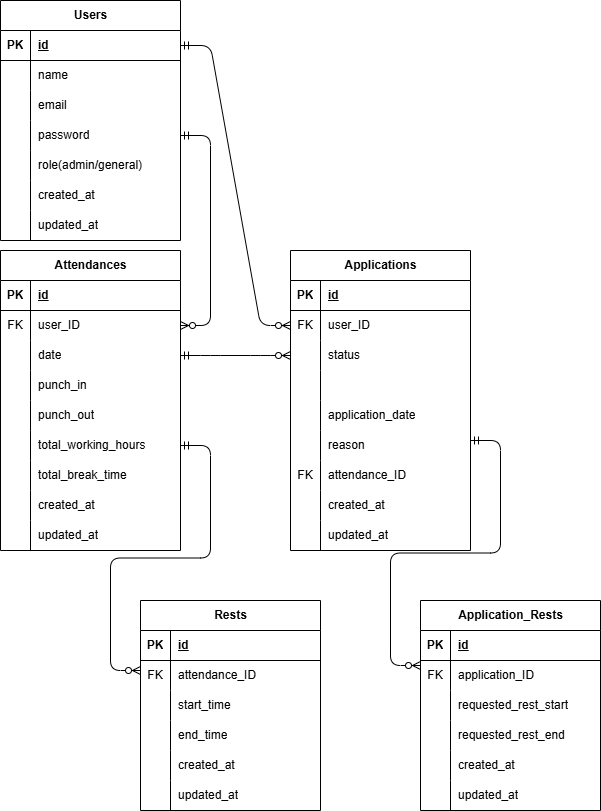
crosswoods4096-tech/take-work-manager keeps this draw.io diagram as ER.drawio.png. Above is the earlier version. Source tidied: cells renumbered, new cells last; positions are measured from the earlier drawing's top-left corner, leaving out a move shared by most shapes.
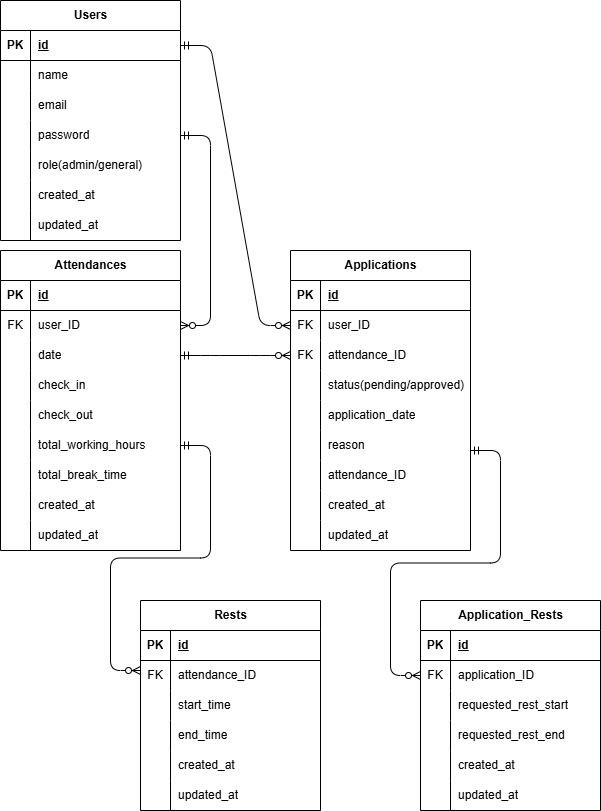
The same diagram one commit later.

The edit, as a diff of the source:
```diff
@@ -104,7 +104,7 @@
     <mxCell id="35" style="shape=partialRectangle;fillColor=none;top=0;left=0;bottom=0;right=0;overflow=hidden;whiteSpace=wrap;html=1;" parent="34" vertex="1">
       <mxGeometry width="30" height="30" as="geometry" />
     </mxCell>
-    <mxCell id="36" value="punch_in" style="shape=partialRectangle;fillColor=none;top=0;left=0;bottom=0;right=0;align=left;spacingLeft=6;overflow=hidden;whiteSpace=wrap;html=1;" parent="34" vertex="1">
+    <mxCell id="36" value="check_in" style="shape=partialRectangle;fillColor=none;top=0;left=0;bottom=0;right=0;align=left;spacingLeft=6;overflow=hidden;whiteSpace=wrap;html=1;" parent="34" vertex="1">
       <mxGeometry x="30" width="150" height="30" as="geometry" />
     </mxCell>
     <mxCell id="37" style="shape=tableRow;horizontal=0;startSize=0;swimlaneHead=0;swimlaneBody=0;fillColor=none;top=0;left=0;right=0;bottom=0;" parent="24" vertex="1">
@@ -113,7 +113,7 @@
     <mxCell id="38" style="shape=partialRectangle;fillColor=none;top=0;left=0;bottom=0;right=0;overflow=hidden;whiteSpace=wrap;html=1;" parent="37" vertex="1">
       <mxGeometry width="30" height="30" as="geometry" />
     </mxCell>
-    <mxCell id="39" value="punch_out" style="shape=partialRectangle;fillColor=none;top=0;left=0;bottom=0;right=0;align=left;spacingLeft=6;overflow=hidden;whiteSpace=wrap;html=1;" parent="37" vertex="1">
+    <mxCell id="39" value="check_out" style="shape=partialRectangle;fillColor=none;top=0;left=0;bottom=0;right=0;align=left;spacingLeft=6;overflow=hidden;whiteSpace=wrap;html=1;" parent="37" vertex="1">
       <mxGeometry x="30" width="150" height="30" as="geometry" />
     </mxCell>
     <mxCell id="40" style="shape=tableRow;horizontal=0;startSize=0;swimlaneHead=0;swimlaneBody=0;fillColor=none;points=[[0,0.5],[1,0.5]];portConstraint=eastwest;top=0;left=0;right=0;bottom=0;" parent="24" vertex="1">
@@ -179,7 +179,7 @@
     <mxCell id="60" style="shape=partialRectangle;fillColor=none;top=0;left=0;bottom=0;right=0;overflow=hidden;whiteSpace=wrap;html=1;" parent="59" vertex="1">
       <mxGeometry width="30" height="30" as="geometry" />
     </mxCell>
-    <mxCell id="61" value="status" style="shape=partialRectangle;fillColor=none;top=0;left=0;bottom=0;right=0;align=left;spacingLeft=6;overflow=hidden;whiteSpace=wrap;html=1;" parent="59" vertex="1">
+    <mxCell id="61" style="shape=partialRectangle;fillColor=none;top=0;left=0;bottom=0;right=0;align=left;spacingLeft=6;overflow=hidden;whiteSpace=wrap;html=1;" parent="59" vertex="1">
       <mxGeometry x="30" width="150" height="30" as="geometry" />
     </mxCell>
     <mxCell id="62" style="shape=tableRow;horizontal=0;startSize=0;swimlaneHead=0;swimlaneBody=0;fillColor=none;top=0;left=0;right=0;bottom=0;" parent="52" vertex="1">
@@ -212,7 +212,7 @@
     <mxCell id="71" style="shape=tableRow;horizontal=0;startSize=0;swimlaneHead=0;swimlaneBody=0;fillColor=none;top=0;left=0;right=0;bottom=0;" parent="52" vertex="1">
       <mxGeometry y="210" width="180" height="30" as="geometry" />
     </mxCell>
-    <mxCell id="72" value="FK" style="shape=partialRectangle;fillColor=none;top=0;left=0;bottom=0;right=0;overflow=hidden;whiteSpace=wrap;html=1;" parent="71" vertex="1">
+    <mxCell id="72" style="shape=partialRectangle;fillColor=none;top=0;left=0;bottom=0;right=0;overflow=hidden;whiteSpace=wrap;html=1;" parent="71" vertex="1">
       <mxGeometry width="30" height="30" as="geometry" />
     </mxCell>
     <mxCell id="73" value="attendance_ID" style="shape=partialRectangle;fillColor=none;top=0;left=0;bottom=0;right=0;align=left;spacingLeft=6;overflow=hidden;whiteSpace=wrap;html=1;" parent="71" vertex="1">
@@ -387,12 +387,21 @@
     </mxCell>
     <mxCell id="121" style="edgeStyle=entityRelationEdgeStyle;fontSize=12;html=1;endArrow=ERzeroToMany;startArrow=ERmandOne;" parent="1" edge="1">
       <mxGeometry relative="1" as="geometry">
-        <mxPoint x="470" y="440" as="sourcePoint" />
-        <mxPoint x="420" y="665" as="targetPoint" />
+        <mxPoint x="470" y="450" as="sourcePoint" />
+        <mxPoint x="420" y="675" as="targetPoint" />
       </mxGeometry>
     </mxCell>
     <mxCell id="122" style="edgeStyle=entityRelationEdgeStyle;fontSize=12;html=1;endArrow=ERzeroToMany;startArrow=ERmandOne;exitX=1;exitY=0.5;exitDx=0;exitDy=0;entryX=0;entryY=0.5;entryDx=0;entryDy=0;" parent="1" edge="1" source="31" target="59">
       <mxGeometry relative="1" as="geometry" />
     </mxCell>
+    <mxCell id="123" value="status(pending/approved)" style="shape=partialRectangle;fillColor=none;top=0;left=0;bottom=0;right=0;align=left;spacingLeft=6;overflow=hidden;whiteSpace=wrap;html=1;" parent="1" vertex="1">
+      <mxGeometry x="320" y="370" width="150" height="30" as="geometry" />
+    </mxCell>
+    <mxCell id="124" value="attendance_ID" style="shape=partialRectangle;fillColor=none;top=0;left=0;bottom=0;right=0;align=left;spacingLeft=6;overflow=hidden;whiteSpace=wrap;html=1;" parent="1" vertex="1">
+      <mxGeometry x="320" y="340" width="150" height="30" as="geometry" />
+    </mxCell>
+    <mxCell id="125" value="FK" style="shape=partialRectangle;fillColor=none;top=0;left=0;bottom=0;right=0;overflow=hidden;whiteSpace=wrap;html=1;" parent="1" vertex="1">
+      <mxGeometry x="290" y="340" width="30" height="30" as="geometry" />
+    </mxCell>
   </root>
 </mxGraphModel>
```
